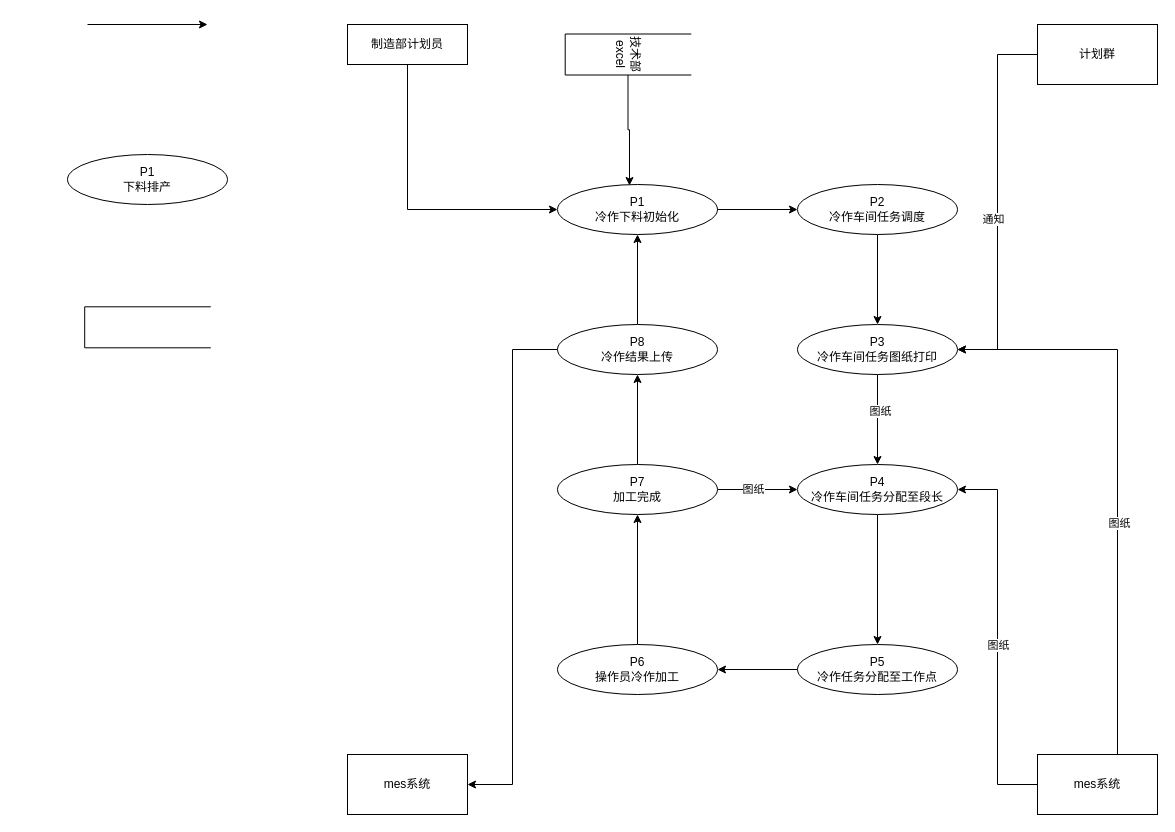
Above: 华威2.drawio in 177-Liukuan/MyPicture (draw.io), before the change. Source tidied: cells renumbered, new cells numbered last; positions are measured from the earlier drawing's top-left corner, leaving out a move shared by most shapes. Both pictures are drawn from the tidied source at 100%, with x=0, y=0 at pixel (67, -9).
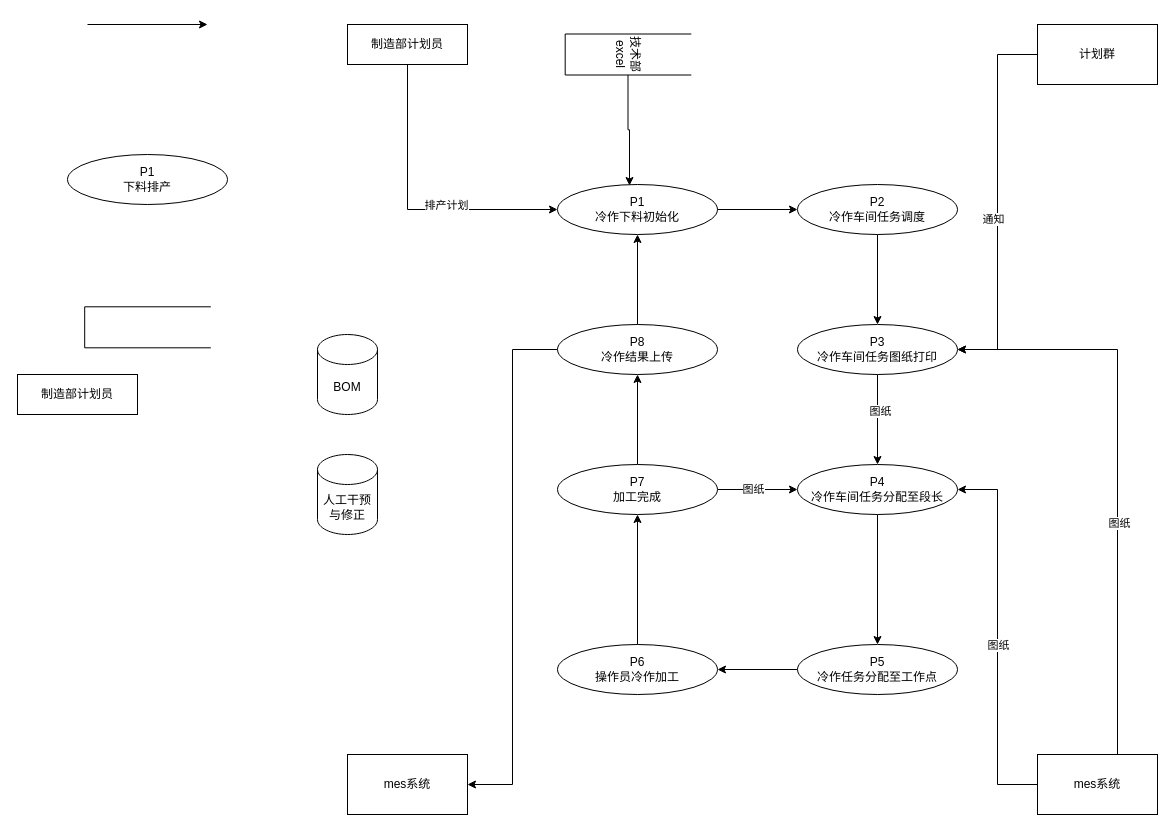
The same page after the edit.

Unchanged cells that the change refers to:
```xml
<mxCell id="3" style="edgeStyle=orthogonalEdgeStyle;rounded=0;jettySize=auto;html=1;entryX=0;entryY=0.5;entryDx=0;entryDy=0;" parent="1" edge="1" source="4" target="2">
  <mxGeometry relative="1" as="geometry">
    <Array as="points">
      <mxPoint x="340" y="218" />
    </Array>
  </mxGeometry>
</mxCell>
```

Diff of the diagram source:
```diff
@@
+    <mxCell id="38" value="排产计划" style="edgeLabel;html=1;align=center;verticalAlign=middle;" parent="3" vertex="1">
+      <mxGeometry x="0.25" y="5" relative="1" as="geometry">
+        <mxPoint x="-1" as="offset" />
+      </mxGeometry>
+    </mxCell>
@@
+    <mxCell id="39" value="制造部计划员" style="rounded=0;whiteSpace=wrap;html=1;" parent="1" vertex="1">
+      <mxGeometry x="-50" y="383" width="120" height="40" as="geometry" />
+    </mxCell>
+    <mxCell id="40" value="BOM" style="shape=cylinder3;whiteSpace=wrap;html=1;boundedLbl=1;backgroundOutline=1;size=15;" parent="1" vertex="1">
+      <mxGeometry x="250" y="343" width="60" height="80" as="geometry" />
+    </mxCell>
+    <mxCell id="41" value="人工干预与修正" style="shape=cylinder3;whiteSpace=wrap;html=1;boundedLbl=1;backgroundOutline=1;size=15;" parent="1" vertex="1">
+      <mxGeometry x="250" y="463" width="60" height="80" as="geometry" />
+    </mxCell>
```
